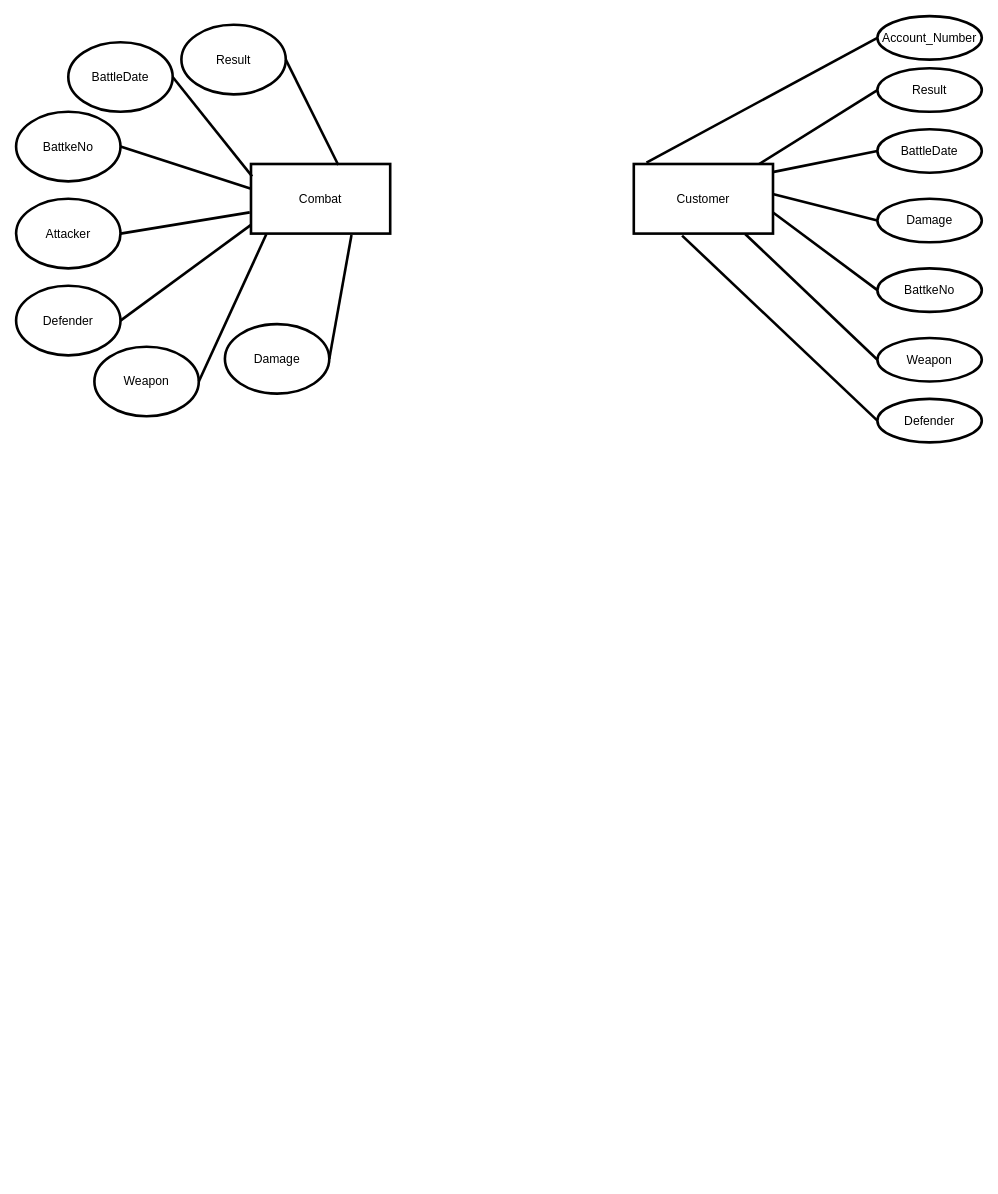
Earlier version of the draw.io diagram Untitled Diagram.drawio (louiscklaw/draw-io-playlist). Source tidied: cells renumbered, new cells numbered last; positions are measured from the earlier drawing's top-left corner, leaving out a move shared by most shapes. Both pictures are drawn from the tidied source at 87%, with x=0, y=0 at pixel (16, 16).
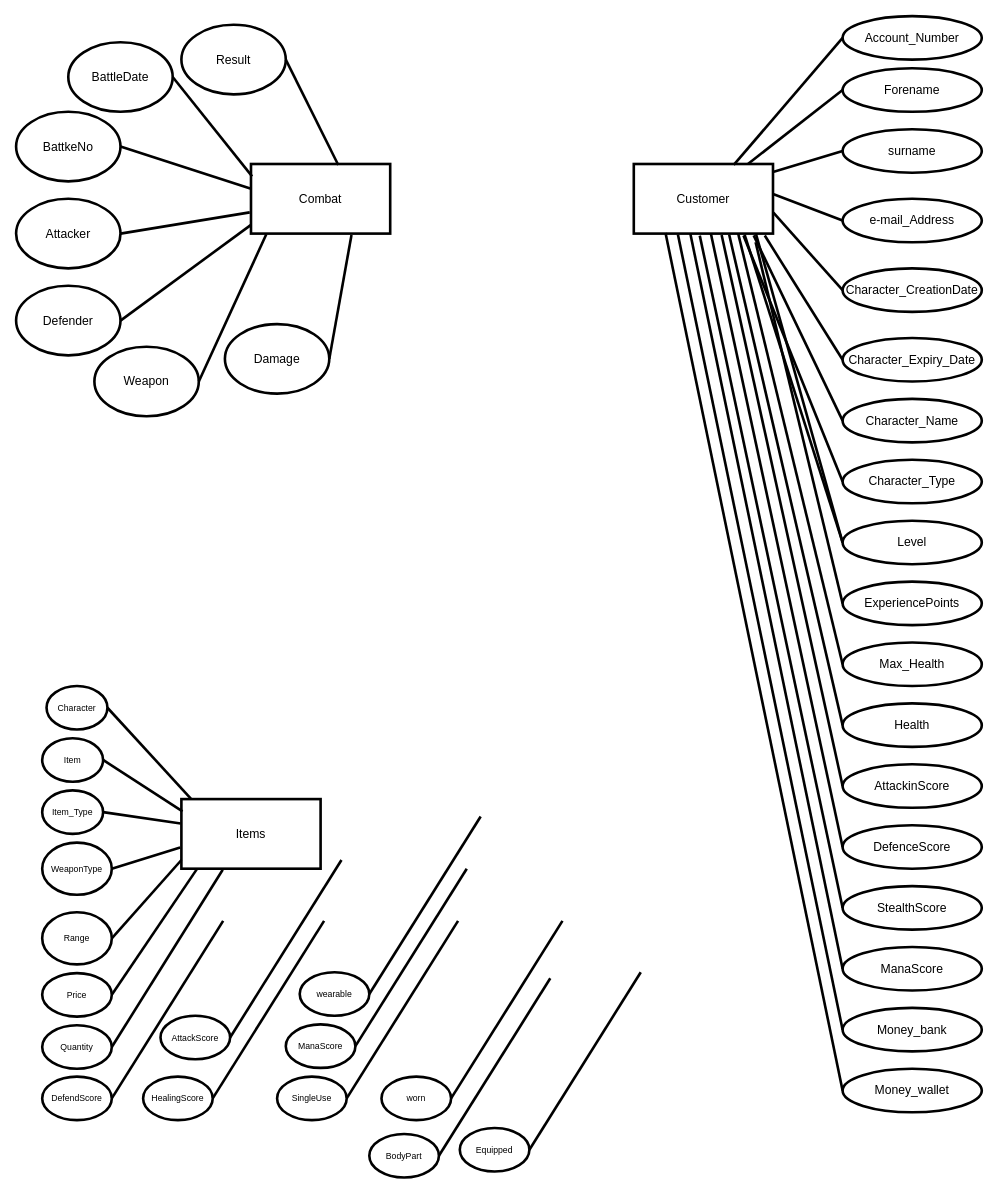
The same page after the edit.

Unchanged cells that the change refers to:
```xml
<mxCell id="22" value="Customer" style="rounded=0;whiteSpace=wrap;html=1;strokeWidth=3;fontSize=14;direction=west;" parent="1" vertex="1">
  <mxGeometry x="710" y="170" width="160" height="80" as="geometry" />
</mxCell>
```

The edit, as a diff of the source:
```diff
@@
-    <mxCell id="17" value="BattleDate" style="ellipse;whiteSpace=wrap;html=1;fontSize=14;strokeWidth=3;direction=west;" parent="1" vertex="1">
-      <mxGeometry x="990" y="130" width="120" height="50" as="geometry" />
+    <mxCell id="17" value="surname" style="ellipse;whiteSpace=wrap;html=1;fontSize=14;strokeWidth=3;direction=west;" parent="1" vertex="1">
+      <mxGeometry x="950" y="130" width="160" height="50" as="geometry" />
     </mxCell>
-    <mxCell id="18" value="BattkeNo" style="ellipse;whiteSpace=wrap;html=1;fontSize=14;strokeWidth=3;direction=west;" parent="1" vertex="1">
-      <mxGeometry x="990" y="290" width="120" height="50" as="geometry" />
+    <mxCell id="18" value="Character_CreationDate" style="ellipse;whiteSpace=wrap;html=1;fontSize=14;strokeWidth=3;direction=west;" parent="1" vertex="1">
+      <mxGeometry x="950" y="290" width="160" height="50" as="geometry" />
     </mxCell>
     <mxCell id="19" value="Account_Number" style="ellipse;whiteSpace=wrap;html=1;fontSize=14;strokeWidth=3;direction=west;" parent="1" vertex="1">
-      <mxGeometry x="990" width="120" height="50" as="geometry" />
+      <mxGeometry x="950" width="160" height="50" as="geometry" />
     </mxCell>
-    <mxCell id="20" value="Defender" style="ellipse;whiteSpace=wrap;html=1;fontSize=14;strokeWidth=3;direction=west;" parent="1" vertex="1">
-      <mxGeometry x="990" y="440" width="120" height="50" as="geometry" />
+    <mxCell id="20" value="Character_Name" style="ellipse;whiteSpace=wrap;html=1;fontSize=14;strokeWidth=3;direction=west;" parent="1" vertex="1">
+      <mxGeometry x="950" y="440" width="160" height="50" as="geometry" />
     </mxCell>
-    <mxCell id="21" value="Weapon" style="ellipse;whiteSpace=wrap;html=1;fontSize=14;strokeWidth=3;direction=west;" parent="1" vertex="1">
-      <mxGeometry x="990" y="370" width="120" height="50" as="geometry" />
+    <mxCell id="21" value="Character_Expiry_Date" style="ellipse;whiteSpace=wrap;html=1;fontSize=14;strokeWidth=3;direction=west;" parent="1" vertex="1">
+      <mxGeometry x="950" y="370" width="160" height="50" as="geometry" />
     </mxCell>
@@
-    <mxCell id="24" style="endArrow=none;html=1;rounded=0;exitX=1;exitY=0.5;exitDx=0;exitDy=0;strokeWidth=3;entryX=0.909;entryY=1.019;entryDx=0;entryDy=0;entryPerimeter=0;" parent="1" edge="1" source="19" target="22">
+    <mxCell id="24" style="endArrow=none;html=1;rounded=0;exitX=1;exitY=0.5;exitDx=0;exitDy=0;strokeWidth=3;entryX=0.282;entryY=0.986;entryDx=0;entryDy=0;entryPerimeter=0;" parent="1" edge="1" source="19" target="22">
       <mxGeometry relative="1" as="geometry" />
     </mxCell>
-    <mxCell id="25" style="endArrow=none;html=1;rounded=0;exitX=1;exitY=0.5;exitDx=0;exitDy=0;strokeWidth=3;entryX=0.653;entryY=-0.029;entryDx=0;entryDy=0;entryPerimeter=0;" parent="1" edge="1" source="20" target="22">
+    <mxCell id="25" style="endArrow=none;html=1;rounded=0;exitX=1;exitY=0.5;exitDx=0;exitDy=0;strokeWidth=3;entryX=0.139;entryY=-0.025;entryDx=0;entryDy=0;entryPerimeter=0;" parent="1" edge="1" source="20" target="22">
       <mxGeometry relative="1" as="geometry" />
     </mxCell>
-    <mxCell id="26" style="endArrow=none;html=1;rounded=0;exitX=1;exitY=0.5;exitDx=0;exitDy=0;strokeWidth=3;entryX=0.2;entryY=-0.005;entryDx=0;entryDy=0;entryPerimeter=0;" parent="1" edge="1" source="21" target="22">
+    <mxCell id="26" style="endArrow=none;html=1;rounded=0;exitX=1;exitY=0.5;exitDx=0;exitDy=0;strokeWidth=3;entryX=0.059;entryY=-0.028;entryDx=0;entryDy=0;entryPerimeter=0;" parent="1" edge="1" source="21" target="22">
       <mxGeometry relative="1" as="geometry" />
     </mxCell>
@@
-    <mxCell id="28" value="Result" style="ellipse;whiteSpace=wrap;html=1;fontSize=14;strokeWidth=3;direction=west;" parent="1" vertex="1">
-      <mxGeometry x="990" y="60" width="120" height="50" as="geometry" />
+    <mxCell id="28" value="Forename" style="ellipse;whiteSpace=wrap;html=1;fontSize=14;strokeWidth=3;direction=west;" parent="1" vertex="1">
+      <mxGeometry x="950" y="60" width="160" height="50" as="geometry" />
     </mxCell>
@@
-    <mxCell id="30" value="Damage" style="ellipse;whiteSpace=wrap;html=1;fontSize=14;strokeWidth=3;direction=west;" parent="1" vertex="1">
-      <mxGeometry x="990" y="210" width="120" height="50" as="geometry" />
+    <mxCell id="30" value="e-mail_Address" style="ellipse;whiteSpace=wrap;html=1;fontSize=14;strokeWidth=3;direction=west;" parent="1" vertex="1">
+      <mxGeometry x="950" y="210" width="160" height="50" as="geometry" />
     </mxCell>
@@
+    <mxCell id="32" value="Character_Type" style="ellipse;whiteSpace=wrap;html=1;fontSize=14;strokeWidth=3;direction=west;" parent="1" vertex="1">
+      <mxGeometry x="950" y="510" width="160" height="50" as="geometry" />
+    </mxCell>
+    <mxCell id="33" value="ExperiencePoints" style="ellipse;whiteSpace=wrap;html=1;fontSize=14;strokeWidth=3;direction=west;" parent="1" vertex="1">
+      <mxGeometry x="950" y="650" width="160" height="50" as="geometry" />
+    </mxCell>
+    <mxCell id="34" value="Level" style="ellipse;whiteSpace=wrap;html=1;fontSize=14;strokeWidth=3;direction=west;" parent="1" vertex="1">
+      <mxGeometry x="950" y="580" width="160" height="50" as="geometry" />
+    </mxCell>
+    <mxCell id="35" value="Max_Health" style="ellipse;whiteSpace=wrap;html=1;fontSize=14;strokeWidth=3;direction=west;" parent="1" vertex="1">
+      <mxGeometry x="950" y="720" width="160" height="50" as="geometry" />
+    </mxCell>
+    <mxCell id="36" value="AttackinScore" style="ellipse;whiteSpace=wrap;html=1;fontSize=14;strokeWidth=3;direction=west;" parent="1" vertex="1">
+      <mxGeometry x="950" y="860" width="160" height="50" as="geometry" />
+    </mxCell>
+    <mxCell id="37" value="Health" style="ellipse;whiteSpace=wrap;html=1;fontSize=14;strokeWidth=3;direction=west;" parent="1" vertex="1">
+      <mxGeometry x="950" y="790" width="160" height="50" as="geometry" />
+    </mxCell>
+    <mxCell id="38" value="StealthScore" style="ellipse;whiteSpace=wrap;html=1;fontSize=14;strokeWidth=3;direction=west;" parent="1" vertex="1">
+      <mxGeometry x="950" y="1000" width="160" height="50" as="geometry" />
+    </mxCell>
+    <mxCell id="39" value="DefenceScore" style="ellipse;whiteSpace=wrap;html=1;fontSize=14;strokeWidth=3;direction=west;" parent="1" vertex="1">
+      <mxGeometry x="950" y="930" width="160" height="50" as="geometry" />
+    </mxCell>
+    <mxCell id="40" value="ManaScore" style="ellipse;whiteSpace=wrap;html=1;fontSize=14;strokeWidth=3;direction=west;" parent="1" vertex="1">
+      <mxGeometry x="950" y="1070" width="160" height="50" as="geometry" />
+    </mxCell>
+    <mxCell id="41" value="Money_wallet" style="ellipse;whiteSpace=wrap;html=1;fontSize=14;strokeWidth=3;direction=west;" parent="1" vertex="1">
+      <mxGeometry x="950" y="1210" width="160" height="50" as="geometry" />
+    </mxCell>
+    <mxCell id="42" value="Money_bank" style="ellipse;whiteSpace=wrap;html=1;fontSize=14;strokeWidth=3;direction=west;" parent="1" vertex="1">
+      <mxGeometry x="950" y="1140" width="160" height="50" as="geometry" />
+    </mxCell>
+    <mxCell id="43" style="endArrow=none;html=1;rounded=0;exitX=1;exitY=0.5;exitDx=0;exitDy=0;strokeWidth=3;entryX=0.212;entryY=-0.029;entryDx=0;entryDy=0;entryPerimeter=0;" parent="1" edge="1" source="32" target="22">
+      <mxGeometry relative="1" as="geometry" />
+    </mxCell>
+    <mxCell id="44" style="endArrow=none;html=1;rounded=0;exitX=1;exitY=0.5;exitDx=0;exitDy=0;strokeWidth=3;entryX=0.122;entryY=-0.007;entryDx=0;entryDy=0;entryPerimeter=0;" parent="1" edge="1" source="34" target="22">
+      <mxGeometry relative="1" as="geometry" />
+    </mxCell>
+    <mxCell id="45" style="endArrow=none;html=1;rounded=0;exitX=1;exitY=0.5;exitDx=0;exitDy=0;strokeWidth=3;entryX=0.204;entryY=-0.014;entryDx=0;entryDy=0;entryPerimeter=0;" parent="1" edge="1" source="34" target="22">
+      <mxGeometry relative="1" as="geometry" />
+    </mxCell>
+    <mxCell id="46" style="endArrow=none;html=1;rounded=0;exitX=1;exitY=0.5;exitDx=0;exitDy=0;strokeWidth=3;" parent="1" edge="1" source="33">
+      <mxGeometry relative="1" as="geometry">
+        <mxPoint x="850" y="260" as="targetPoint" />
+      </mxGeometry>
+    </mxCell>
+    <mxCell id="47" style="endArrow=none;html=1;rounded=0;exitX=1;exitY=0.5;exitDx=0;exitDy=0;strokeWidth=3;entryX=0.25;entryY=0;entryDx=0;entryDy=0;" parent="1" edge="1" source="35" target="22">
+      <mxGeometry relative="1" as="geometry" />
+    </mxCell>
+    <mxCell id="48" style="endArrow=none;html=1;rounded=0;exitX=1;exitY=0.5;exitDx=0;exitDy=0;strokeWidth=3;entryX=0.315;entryY=-0.014;entryDx=0;entryDy=0;entryPerimeter=0;" parent="1" edge="1" source="37" target="22">
+      <mxGeometry relative="1" as="geometry" />
+    </mxCell>
+    <mxCell id="49" style="endArrow=none;html=1;rounded=0;exitX=1;exitY=0.5;exitDx=0;exitDy=0;strokeWidth=3;entryX=0.369;entryY=-0.021;entryDx=0;entryDy=0;entryPerimeter=0;" parent="1" edge="1" source="36" target="22">
+      <mxGeometry relative="1" as="geometry" />
+    </mxCell>
+    <mxCell id="50" style="endArrow=none;html=1;rounded=0;exitX=1;exitY=0.5;exitDx=0;exitDy=0;strokeWidth=3;" parent="1" edge="1" source="39" target="22">
+      <mxGeometry relative="1" as="geometry" />
+    </mxCell>
+    <mxCell id="51" style="endArrow=none;html=1;rounded=0;exitX=1;exitY=0.5;exitDx=0;exitDy=0;strokeWidth=3;entryX=0.526;entryY=-0.029;entryDx=0;entryDy=0;entryPerimeter=0;" parent="1" edge="1" source="38" target="22">
+      <mxGeometry relative="1" as="geometry" />
+    </mxCell>
+    <mxCell id="52" style="endArrow=none;html=1;rounded=0;exitX=1;exitY=0.5;exitDx=0;exitDy=0;strokeWidth=3;entryX=0.594;entryY=0;entryDx=0;entryDy=0;entryPerimeter=0;" parent="1" edge="1" source="40" target="22">
+      <mxGeometry relative="1" as="geometry" />
+    </mxCell>
+    <mxCell id="53" style="endArrow=none;html=1;rounded=0;exitX=1;exitY=0.5;exitDx=0;exitDy=0;strokeWidth=3;entryX=0.683;entryY=-0.014;entryDx=0;entryDy=0;entryPerimeter=0;" parent="1" edge="1" source="42" target="22">
+      <mxGeometry relative="1" as="geometry" />
+    </mxCell>
+    <mxCell id="54" style="endArrow=none;html=1;rounded=0;exitX=1;exitY=0.5;exitDx=0;exitDy=0;strokeWidth=3;entryX=0.772;entryY=0.007;entryDx=0;entryDy=0;entryPerimeter=0;" parent="1" edge="1" source="41" target="22">
+      <mxGeometry relative="1" as="geometry" />
+    </mxCell>
+    <mxCell id="55" value="Item" style="ellipse;whiteSpace=wrap;html=1;fontSize=10;strokeWidth=3;" parent="1" vertex="1">
+      <mxGeometry x="30" y="830" width="70" height="50" as="geometry" />
+    </mxCell>
+    <mxCell id="56" value="Item_Type" style="ellipse;whiteSpace=wrap;html=1;fontSize=10;strokeWidth=3;" parent="1" vertex="1">
+      <mxGeometry x="30" y="890" width="70" height="50" as="geometry" />
+    </mxCell>
+    <mxCell id="57" value="WeaponType" style="ellipse;whiteSpace=wrap;html=1;fontSize=10;strokeWidth=3;" parent="1" vertex="1">
+      <mxGeometry x="30" y="950" width="80" height="60" as="geometry" />
+    </mxCell>
+    <mxCell id="58" value="Range" style="ellipse;whiteSpace=wrap;html=1;fontSize=10;strokeWidth=3;" parent="1" vertex="1">
+      <mxGeometry x="30" y="1030" width="80" height="60" as="geometry" />
+    </mxCell>
+    <mxCell id="59" value="Price" style="ellipse;whiteSpace=wrap;html=1;fontSize=10;strokeWidth=3;" parent="1" vertex="1">
+      <mxGeometry x="30" y="1100" width="80" height="50" as="geometry" />
+    </mxCell>
+    <mxCell id="60" value="Items" style="rounded=0;whiteSpace=wrap;html=1;strokeWidth=3;fontSize=14;" parent="1" vertex="1">
+      <mxGeometry x="190" y="900" width="160" height="80" as="geometry" />
+    </mxCell>
+    <mxCell id="61" style="endArrow=none;html=1;rounded=0;exitX=1;exitY=0.5;exitDx=0;exitDy=0;strokeWidth=3;entryX=-0.005;entryY=0.351;entryDx=0;entryDy=0;entryPerimeter=0;" parent="1" edge="1" source="56" target="60">
+      <mxGeometry relative="1" as="geometry" />
+    </mxCell>
+    <mxCell id="62" style="endArrow=none;html=1;rounded=0;exitX=1;exitY=0.5;exitDx=0;exitDy=0;strokeWidth=3;entryX=-0.009;entryY=0.695;entryDx=0;entryDy=0;entryPerimeter=0;" parent="1" edge="1" source="57" target="60">
+      <mxGeometry relative="1" as="geometry" />
+    </mxCell>
+    <mxCell id="63" style="endArrow=none;html=1;rounded=0;exitX=1;exitY=0.5;exitDx=0;exitDy=0;strokeWidth=3;entryX=0;entryY=0.875;entryDx=0;entryDy=0;entryPerimeter=0;" parent="1" edge="1" source="58" target="60">
+      <mxGeometry relative="1" as="geometry" />
+    </mxCell>
+    <mxCell id="64" style="endArrow=none;html=1;rounded=0;exitX=1;exitY=0.5;exitDx=0;exitDy=0;strokeWidth=3;entryX=0.11;entryY=1.01;entryDx=0;entryDy=0;entryPerimeter=0;" parent="1" edge="1" source="59" target="60">
+      <mxGeometry relative="1" as="geometry" />
+    </mxCell>
+    <mxCell id="65" style="endArrow=none;html=1;rounded=0;exitX=1;exitY=0.5;exitDx=0;exitDy=0;strokeWidth=3;entryX=0.008;entryY=0.177;entryDx=0;entryDy=0;entryPerimeter=0;" parent="1" edge="1" source="55" target="60">
+      <mxGeometry relative="1" as="geometry" />
+    </mxCell>
+    <mxCell id="66" value="Character" style="ellipse;whiteSpace=wrap;html=1;fontSize=10;strokeWidth=3;" parent="1" vertex="1">
+      <mxGeometry x="35" y="770" width="70" height="50" as="geometry" />
+    </mxCell>
+    <mxCell id="67" style="endArrow=none;html=1;rounded=0;exitX=1;exitY=0.5;exitDx=0;exitDy=0;strokeWidth=3;entryX=0.071;entryY=0;entryDx=0;entryDy=0;entryPerimeter=0;" parent="1" edge="1" source="66" target="60">
+      <mxGeometry relative="1" as="geometry" />
+    </mxCell>
+    <mxCell id="68" value="Quantity" style="ellipse;whiteSpace=wrap;html=1;fontSize=10;strokeWidth=3;" parent="1" vertex="1">
+      <mxGeometry x="30" y="1160" width="80" height="50" as="geometry" />
+    </mxCell>
+    <mxCell id="69" style="endArrow=none;html=1;rounded=0;exitX=1;exitY=0.5;exitDx=0;exitDy=0;strokeWidth=3;entryX=0.297;entryY=1.015;entryDx=0;entryDy=0;entryPerimeter=0;" parent="1" edge="1" source="68" target="60">
+      <mxGeometry relative="1" as="geometry" />
+    </mxCell>
+    <mxCell id="70" style="edgeStyle=orthogonalEdgeStyle;rounded=0;orthogonalLoop=1;jettySize=auto;html=1;exitX=0.5;exitY=1;exitDx=0;exitDy=0;" parent="1" edge="1" source="58" target="58">
+      <mxGeometry relative="1" as="geometry" />
+    </mxCell>
+    <mxCell id="71" value="DefendScore" style="ellipse;whiteSpace=wrap;html=1;fontSize=10;strokeWidth=3;" parent="1" vertex="1">
+      <mxGeometry x="30" y="1219" width="80" height="50" as="geometry" />
+    </mxCell>
+    <mxCell id="72" style="endArrow=none;html=1;rounded=0;exitX=1;exitY=0.5;exitDx=0;exitDy=0;strokeWidth=3;entryX=0.297;entryY=1.015;entryDx=0;entryDy=0;entryPerimeter=0;" parent="1" edge="1" source="71">
+      <mxGeometry relative="1" as="geometry">
+        <mxPoint x="238" y="1040" as="targetPoint" />
+      </mxGeometry>
+    </mxCell>
+    <mxCell id="73" value="HealingScore" style="ellipse;whiteSpace=wrap;html=1;fontSize=10;strokeWidth=3;" parent="1" vertex="1">
+      <mxGeometry x="146" y="1219" width="80" height="50" as="geometry" />
+    </mxCell>
+    <mxCell id="74" style="endArrow=none;html=1;rounded=0;exitX=1;exitY=0.5;exitDx=0;exitDy=0;strokeWidth=3;entryX=0.297;entryY=1.015;entryDx=0;entryDy=0;entryPerimeter=0;" parent="1" edge="1" source="73">
+      <mxGeometry relative="1" as="geometry">
+        <mxPoint x="354" y="1040" as="targetPoint" />
+      </mxGeometry>
+    </mxCell>
+    <mxCell id="75" value="SingleUse" style="ellipse;whiteSpace=wrap;html=1;fontSize=10;strokeWidth=3;" parent="1" vertex="1">
+      <mxGeometry x="300" y="1219" width="80" height="50" as="geometry" />
+    </mxCell>
+    <mxCell id="76" style="endArrow=none;html=1;rounded=0;exitX=1;exitY=0.5;exitDx=0;exitDy=0;strokeWidth=3;entryX=0.297;entryY=1.015;entryDx=0;entryDy=0;entryPerimeter=0;" parent="1" edge="1" source="75">
+      <mxGeometry relative="1" as="geometry">
+        <mxPoint x="508" y="1040" as="targetPoint" />
+      </mxGeometry>
+    </mxCell>
+    <mxCell id="77" value="ManaScore" style="ellipse;whiteSpace=wrap;html=1;fontSize=10;strokeWidth=3;" parent="1" vertex="1">
+      <mxGeometry x="310" y="1159" width="80" height="50" as="geometry" />
+    </mxCell>
+    <mxCell id="78" style="endArrow=none;html=1;rounded=0;exitX=1;exitY=0.5;exitDx=0;exitDy=0;strokeWidth=3;entryX=0.297;entryY=1.015;entryDx=0;entryDy=0;entryPerimeter=0;" parent="1" edge="1" source="77">
+      <mxGeometry relative="1" as="geometry">
+        <mxPoint x="518" y="980" as="targetPoint" />
+      </mxGeometry>
+    </mxCell>
+    <mxCell id="79" value="AttackScore" style="ellipse;whiteSpace=wrap;html=1;fontSize=10;strokeWidth=3;" parent="1" vertex="1">
+      <mxGeometry x="166" y="1149" width="80" height="50" as="geometry" />
+    </mxCell>
+    <mxCell id="80" style="endArrow=none;html=1;rounded=0;exitX=1;exitY=0.5;exitDx=0;exitDy=0;strokeWidth=3;entryX=0.297;entryY=1.015;entryDx=0;entryDy=0;entryPerimeter=0;" parent="1" edge="1" source="79">
+      <mxGeometry relative="1" as="geometry">
+        <mxPoint x="374" y="970" as="targetPoint" />
+      </mxGeometry>
+    </mxCell>
+    <mxCell id="81" value="wearable" style="ellipse;whiteSpace=wrap;html=1;fontSize=10;strokeWidth=3;" parent="1" vertex="1">
+      <mxGeometry x="326" y="1099" width="80" height="50" as="geometry" />
+    </mxCell>
+    <mxCell id="82" style="endArrow=none;html=1;rounded=0;exitX=1;exitY=0.5;exitDx=0;exitDy=0;strokeWidth=3;entryX=0.297;entryY=1.015;entryDx=0;entryDy=0;entryPerimeter=0;" parent="1" edge="1" source="81">
+      <mxGeometry relative="1" as="geometry">
+        <mxPoint x="534" y="920" as="targetPoint" />
+      </mxGeometry>
+    </mxCell>
+    <mxCell id="83" value="worn" style="ellipse;whiteSpace=wrap;html=1;fontSize=10;strokeWidth=3;" parent="1" vertex="1">
+      <mxGeometry x="420" y="1219" width="80" height="50" as="geometry" />
+    </mxCell>
+    <mxCell id="84" style="endArrow=none;html=1;rounded=0;exitX=1;exitY=0.5;exitDx=0;exitDy=0;strokeWidth=3;entryX=0.297;entryY=1.015;entryDx=0;entryDy=0;entryPerimeter=0;" parent="1" edge="1" source="83">
+      <mxGeometry relative="1" as="geometry">
+        <mxPoint x="628" y="1040" as="targetPoint" />
+      </mxGeometry>
+    </mxCell>
+    <mxCell id="85" value="BodyPart" style="ellipse;whiteSpace=wrap;html=1;fontSize=10;strokeWidth=3;" parent="1" vertex="1">
+      <mxGeometry x="406" y="1285" width="80" height="50" as="geometry" />
+    </mxCell>
+    <mxCell id="86" style="endArrow=none;html=1;rounded=0;exitX=1;exitY=0.5;exitDx=0;exitDy=0;strokeWidth=3;entryX=0.297;entryY=1.015;entryDx=0;entryDy=0;entryPerimeter=0;" parent="1" edge="1" source="85">
+      <mxGeometry relative="1" as="geometry">
+        <mxPoint x="614" y="1106" as="targetPoint" />
+      </mxGeometry>
+    </mxCell>
+    <mxCell id="87" value="Equipped" style="ellipse;whiteSpace=wrap;html=1;fontSize=10;strokeWidth=3;" parent="1" vertex="1">
+      <mxGeometry x="510" y="1278" width="80" height="50" as="geometry" />
+    </mxCell>
+    <mxCell id="88" style="endArrow=none;html=1;rounded=0;exitX=1;exitY=0.5;exitDx=0;exitDy=0;strokeWidth=3;entryX=0.297;entryY=1.015;entryDx=0;entryDy=0;entryPerimeter=0;" parent="1" edge="1" source="87">
+      <mxGeometry relative="1" as="geometry">
+        <mxPoint x="718" y="1099" as="targetPoint" />
+      </mxGeometry>
+    </mxCell>
```
